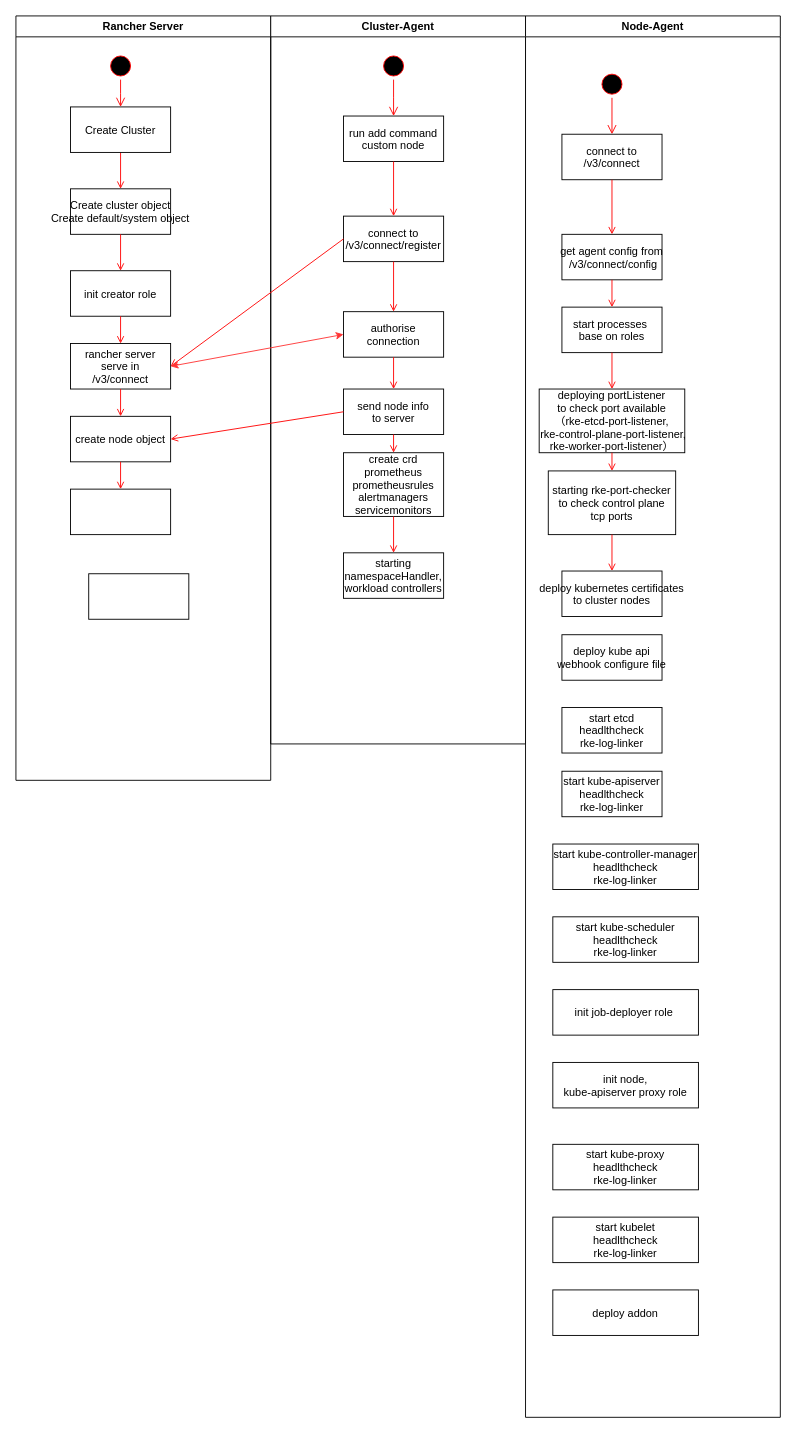
Earlier version of the draw.io diagram rancher-server-agent-connect-flow.drawio (aiwantaozi/draw). Source tidied: cells renumbered, new cells numbered last; positions are measured from the earlier drawing's top-left corner, leaving out a move shared by most shapes. Both pictures are drawn from the tidied source at 91%, with x=0, y=0 at pixel (15, 15).
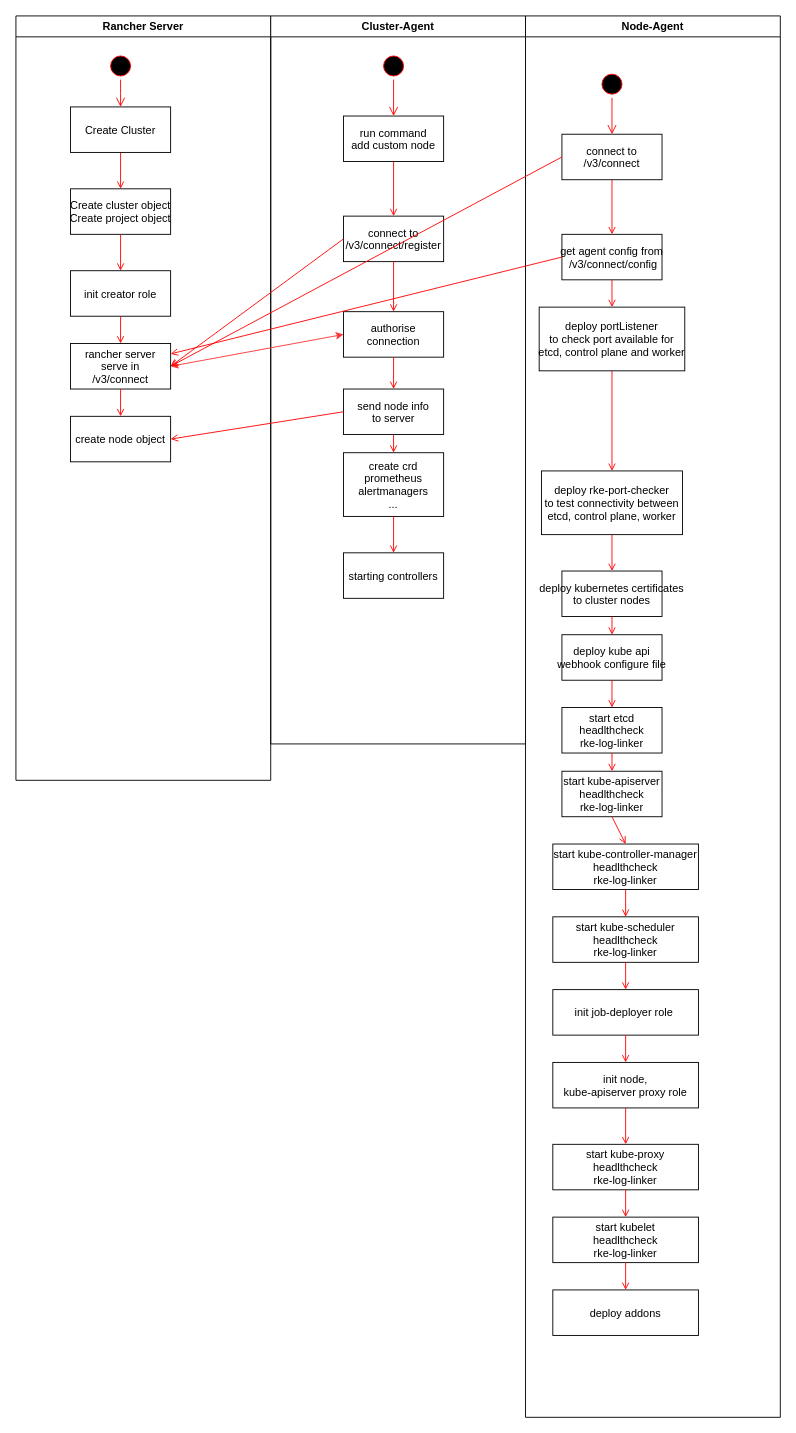
After the change.

The change refers to these unchanged cells:
```xml
<mxCell id="2" value="Rancher Server" style="swimlane;whiteSpace=wrap;" parent="1" vertex="1">
  <mxGeometry width="280" height="840" as="geometry" />
</mxCell>
<mxCell id="9" value="create node object" parent="2" vertex="1">
  <mxGeometry x="60" y="440" width="110" height="50" as="geometry" />
</mxCell>
<mxCell id="12" value="rancher server&#10;serve in&#10;/v3/connect" parent="2" vertex="1">
  <mxGeometry x="60" y="360" width="110" height="50" as="geometry" />
</mxCell>
<mxCell id="17" value="Cluster-Agent" style="swimlane;whiteSpace=wrap;" parent="1" vertex="1">
  <mxGeometry x="280" width="280" height="800" as="geometry" />
</mxCell>
<mxCell id="31" value="Node-Agent" style="swimlane;whiteSpace=wrap;swimlaneFillColor=#ffffff;" parent="1" vertex="1">
  <mxGeometry x="560" width="280" height="1540" as="geometry" />
</mxCell>
<mxCell id="34" value="connect to&#10;/v3/connect" parent="31" vertex="1">
  <mxGeometry x="40" y="130" width="110" height="50" as="geometry" />
</mxCell>
<mxCell id="35" value="get agent config from&#10; /v3/connect/config" parent="31" vertex="1">
  <mxGeometry x="40" y="240" width="110" height="50" as="geometry" />
</mxCell>
<mxCell id="41" value="deploy kubernetes certificates &#10;to cluster nodes" parent="31" vertex="1">
  <mxGeometry x="40" y="610" width="110" height="50" as="geometry" />
</mxCell>
<mxCell id="45" value="deploy kube api&#10;webhook configure file" parent="31" vertex="1">
  <mxGeometry x="40" y="680" width="110" height="50" as="geometry" />
</mxCell>
<mxCell id="46" value="start etcd&#10;headlthcheck&#10;rke-log-linker" parent="31" vertex="1">
  <mxGeometry x="40" y="760" width="110" height="50" as="geometry" />
</mxCell>
<mxCell id="47" value="start kube-apiserver&#10;headlthcheck&#10;rke-log-linker" parent="31" vertex="1">
  <mxGeometry x="40" y="830" width="110" height="50" as="geometry" />
</mxCell>
<mxCell id="48" value="start kube-controller-manager&#10;headlthcheck&#10;rke-log-linker" parent="31" vertex="1">
  <mxGeometry x="30" y="910" width="160" height="50" as="geometry" />
</mxCell>
<mxCell id="49" value="start kube-scheduler&#10;headlthcheck&#10;rke-log-linker" parent="31" vertex="1">
  <mxGeometry x="30" y="990" width="160" height="50" as="geometry" />
</mxCell>
<mxCell id="50" value="init job-deployer role " parent="31" vertex="1">
  <mxGeometry x="30" y="1070" width="160" height="50" as="geometry" />
</mxCell>
<mxCell id="51" value="init node, &#10;kube-apiserver proxy role" parent="31" vertex="1">
  <mxGeometry x="30" y="1150" width="160" height="50" as="geometry" />
</mxCell>
<mxCell id="52" value="start kubelet&#10;headlthcheck&#10;rke-log-linker" parent="31" vertex="1">
  <mxGeometry x="30" y="1320" width="160" height="50" as="geometry" />
</mxCell>
<mxCell id="53" value="start kube-proxy&#10;headlthcheck&#10;rke-log-linker" parent="31" vertex="1">
  <mxGeometry x="30" y="1240" width="160" height="50" as="geometry" />
</mxCell>
```

The edit, as a diff of the source:
```diff
@@
-    <mxCell id="5" value="Create cluster object&#10;Create default/system object" parent="2" vertex="1">
+    <mxCell id="5" value="Create cluster object&#10;Create project object" parent="2" vertex="1">
       <mxGeometry x="60" y="190" width="110" height="50" as="geometry" />
     </mxCell>
@@
-    <mxCell id="10" parent="2" vertex="1">
-      <mxGeometry x="60" y="520" width="110" height="50" as="geometry" />
-    </mxCell>
-    <mxCell id="11" style="endArrow=open;strokeColor=#FF0000;endFill=1;rounded=0;" parent="2" edge="1" source="9" target="10">
-      <mxGeometry relative="1" as="geometry" />
-    </mxCell>
@@
-    <mxCell id="16" parent="2" vertex="1">
-      <mxGeometry x="80" y="613" width="110" height="50" as="geometry" />
-    </mxCell>
@@
-    <mxCell id="20" value="run add command &#10;custom node" parent="17" vertex="1">
+    <mxCell id="20" value="run command &#10;add custom node" parent="17" vertex="1">
       <mxGeometry x="80" y="110" width="110" height="50" as="geometry" />
     </mxCell>
@@
-    <mxCell id="26" value="create crd&#10;prometheus&#10;prometheusrules&#10;alertmanagers&#10;servicemonitors" parent="17" vertex="1">
+    <mxCell id="26" value="create crd&#10;prometheus&#10;alertmanagers&#10;..." parent="17" vertex="1">
       <mxGeometry x="80" y="480" width="110" height="70" as="geometry" />
     </mxCell>
-    <mxCell id="27" value="starting &#10;namespaceHandler, &#10;workload controllers" parent="17" vertex="1">
+    <mxCell id="27" value="starting controllers" parent="17" vertex="1">
       <mxGeometry x="80" y="590" width="110" height="50" as="geometry" />
     </mxCell>
@@
-    <mxCell id="37" value="start processes &#10;base on roles" parent="31" vertex="1">
-      <mxGeometry x="40" y="320" width="110" height="50" as="geometry" />
-    </mxCell>
-    <mxCell id="38" style="endArrow=open;strokeColor=#FF0000;endFill=1;rounded=0;" parent="31" edge="1" source="35" target="37">
-      <mxGeometry relative="1" as="geometry" />
-    </mxCell>
-    <mxCell id="39" value="deploying portListener&#10;to check port available&#10;（rke-etcd-port-listener,&#10; rke-control-plane-port-listener,&#10;rke-worker-port-listener）" parent="31" vertex="1">
-      <mxGeometry x="15" y="410" width="160" height="70" as="geometry" />
+    <mxCell id="39" value="deploy portListener&#10;to check port available for&#10;etcd, control plane and worker" parent="31" vertex="1">
+      <mxGeometry x="15" y="320" width="160" height="70" as="geometry" />
     </mxCell>
-    <mxCell id="40" value="starting rke-port-checker&#10;to check control plane&#10;tcp ports" parent="31" vertex="1">
-      <mxGeometry x="25" y="500" width="140" height="70" as="geometry" />
+    <mxCell id="40" value="deploy rke-port-checker&#10;to test connectivity between&#10;etcd, control plane, worker" parent="31" vertex="1">
+      <mxGeometry x="17.5" y="500" width="155" height="70" as="geometry" />
     </mxCell>
@@
-    <mxCell id="42" style="endArrow=open;strokeColor=#FF0000;endFill=1;rounded=0;exitX=0.5;exitY=1;exitDx=0;exitDy=0;entryX=0.5;entryY=0;entryDx=0;entryDy=0;" parent="31" edge="1" source="37" target="39">
+    <mxCell id="42" style="endArrow=open;strokeColor=#FF0000;endFill=1;rounded=0;exitX=0.5;exitY=1;exitDx=0;exitDy=0;entryX=0.5;entryY=0;entryDx=0;entryDy=0;" parent="31" edge="1" source="35" target="39">
       <mxGeometry relative="1" as="geometry" />
     </mxCell>
@@
-    <mxCell id="54" value="deploy addon" parent="31" vertex="1">
+    <mxCell id="54" value="deploy addons" parent="31" vertex="1">
       <mxGeometry x="30" y="1400" width="160" height="50" as="geometry" />
     </mxCell>
+    <mxCell id="58" style="endArrow=open;strokeColor=#FF0000;endFill=1;rounded=0;exitX=0.5;exitY=1;exitDx=0;exitDy=0;entryX=0.5;entryY=0;entryDx=0;entryDy=0;" parent="31" edge="1" source="41" target="45">
+      <mxGeometry relative="1" as="geometry" />
+    </mxCell>
+    <mxCell id="59" style="endArrow=open;strokeColor=#FF0000;endFill=1;rounded=0;exitX=0.5;exitY=1;exitDx=0;exitDy=0;entryX=0.5;entryY=0;entryDx=0;entryDy=0;" parent="31" edge="1" source="45" target="46">
+      <mxGeometry relative="1" as="geometry" />
+    </mxCell>
+    <mxCell id="60" style="endArrow=open;strokeColor=#FF0000;endFill=1;rounded=0;exitX=0.5;exitY=1;exitDx=0;exitDy=0;entryX=0.5;entryY=0;entryDx=0;entryDy=0;" parent="31" edge="1" source="46" target="47">
+      <mxGeometry relative="1" as="geometry" />
+    </mxCell>
+    <mxCell id="61" style="endArrow=open;strokeColor=#FF0000;endFill=1;rounded=0;exitX=0.5;exitY=1;exitDx=0;exitDy=0;entryX=0.5;entryY=0;entryDx=0;entryDy=0;" parent="31" edge="1" source="47" target="48">
+      <mxGeometry relative="1" as="geometry" />
+    </mxCell>
+    <mxCell id="62" style="endArrow=open;strokeColor=#FF0000;endFill=1;rounded=0;exitX=0.5;exitY=1;exitDx=0;exitDy=0;entryX=0.5;entryY=0;entryDx=0;entryDy=0;" parent="31" edge="1" source="48" target="49">
+      <mxGeometry relative="1" as="geometry" />
+    </mxCell>
+    <mxCell id="63" style="endArrow=open;strokeColor=#FF0000;endFill=1;rounded=0;exitX=0.5;exitY=1;exitDx=0;exitDy=0;" parent="31" edge="1" source="49" target="50">
+      <mxGeometry relative="1" as="geometry" />
+    </mxCell>
+    <mxCell id="64" style="endArrow=open;strokeColor=#FF0000;endFill=1;rounded=0;exitX=0.5;exitY=1;exitDx=0;exitDy=0;" parent="31" edge="1" source="50" target="51">
+      <mxGeometry relative="1" as="geometry" />
+    </mxCell>
+    <mxCell id="65" style="endArrow=open;strokeColor=#FF0000;endFill=1;rounded=0;exitX=0.5;exitY=1;exitDx=0;exitDy=0;entryX=0.5;entryY=0;entryDx=0;entryDy=0;" parent="31" edge="1" source="51" target="53">
+      <mxGeometry relative="1" as="geometry" />
+    </mxCell>
+    <mxCell id="66" style="endArrow=open;strokeColor=#FF0000;endFill=1;rounded=0;exitX=0.5;exitY=1;exitDx=0;exitDy=0;" parent="31" edge="1" source="53" target="52">
+      <mxGeometry relative="1" as="geometry" />
+    </mxCell>
+    <mxCell id="67" style="endArrow=open;strokeColor=#FF0000;endFill=1;rounded=0;exitX=0.5;exitY=1;exitDx=0;exitDy=0;" parent="31" edge="1" source="52" target="54">
+      <mxGeometry relative="1" as="geometry" />
+    </mxCell>
@@
+    <mxCell id="68" style="endArrow=open;strokeColor=#FF0000;endFill=1;rounded=0;exitX=0;exitY=0.5;exitDx=0;exitDy=0;entryX=1;entryY=0.5;entryDx=0;entryDy=0;" parent="1" edge="1" source="34" target="12">
+      <mxGeometry relative="1" as="geometry" />
+    </mxCell>
+    <mxCell id="69" style="endArrow=open;strokeColor=#FF0000;endFill=1;rounded=0;exitX=0;exitY=0.5;exitDx=0;exitDy=0;" parent="1" edge="1" source="35" target="12">
+      <mxGeometry relative="1" as="geometry" />
+    </mxCell>
```
